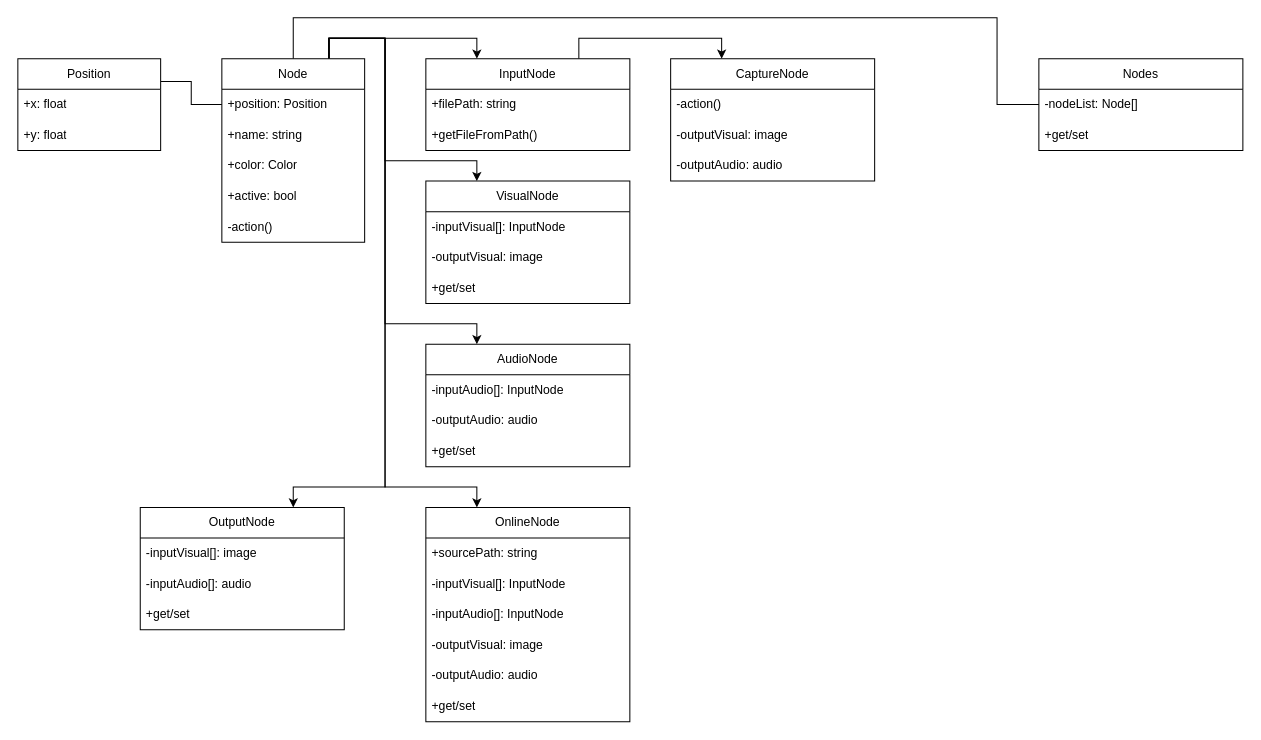
Above: Diagrams/Node - Class Diagram.drawio in EthernalAsh/Node (draw.io), before the change. Source tidied: cells renumbered, new cells numbered last; positions are measured from the earlier drawing's top-left corner, leaving out a move shared by most shapes. Both pictures are drawn from the tidied source at 102%, with x=0, y=0 at pixel (17, 17).
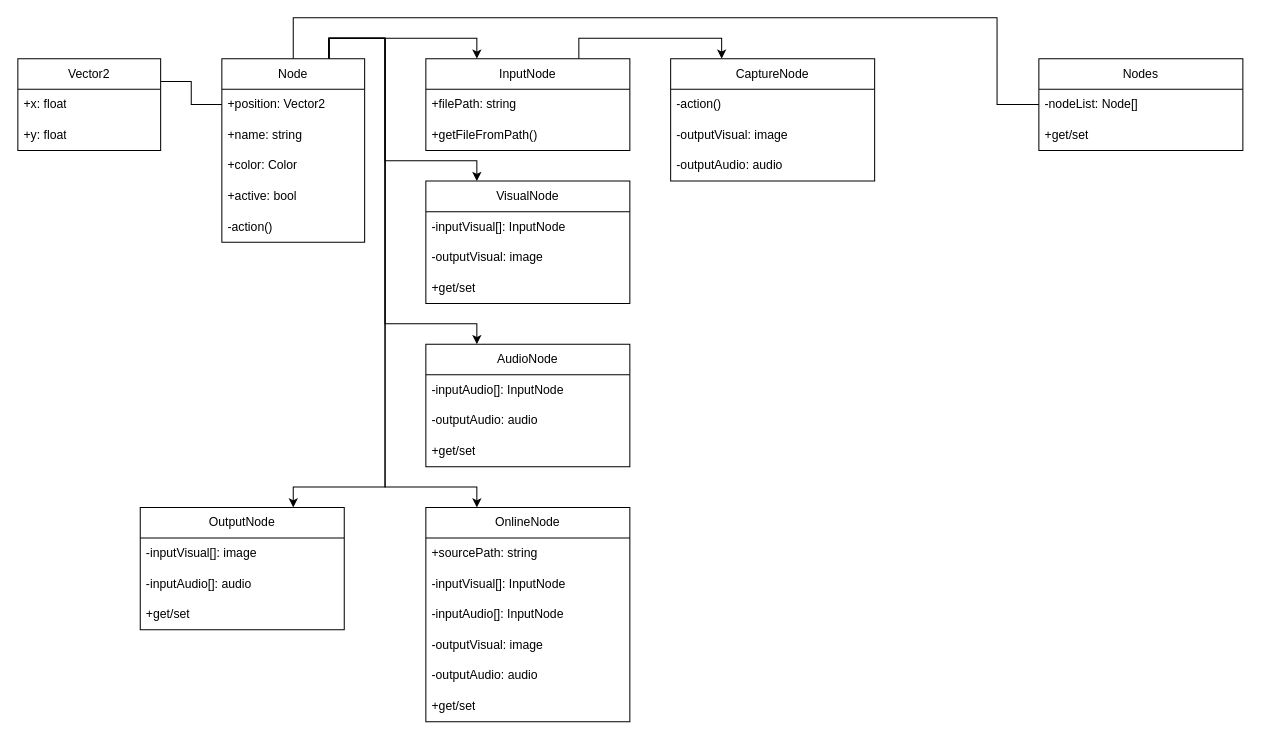
Above is the later version.

The change refers to these unchanged cells:
```xml
<mxCell id="12" value="Node" style="swimlane;fontStyle=0;horizontal=1;startSize=30;whiteSpace=wrap;html=1;" parent="1" vertex="1">
  <mxGeometry x="200" y="40" width="140" height="180" as="geometry" />
</mxCell>
```

Diff of the diagram source:
```diff
@@
-    <mxCell id="3" value="Position" style="swimlane;fontStyle=0;horizontal=1;startSize=30;whiteSpace=wrap;html=1;" parent="1" vertex="1">
+    <mxCell id="3" value="Vector2" style="swimlane;fontStyle=0;horizontal=1;startSize=30;whiteSpace=wrap;html=1;" parent="1" vertex="1">
       <mxGeometry y="40" width="140" height="90" as="geometry" />
     </mxCell>
@@
-    <mxCell id="13" value="+position: Position" style="text;strokeColor=none;fillColor=none;align=left;verticalAlign=middle;spacingLeft=4;spacingRight=4;overflow=hidden;points=[[0,0.5],[1,0.5]];portConstraint=eastwest;whiteSpace=wrap;html=1;" parent="12" vertex="1">
+    <mxCell id="13" value="+position: Vector2" style="text;strokeColor=none;fillColor=none;align=left;verticalAlign=middle;spacingLeft=4;spacingRight=4;overflow=hidden;points=[[0,0.5],[1,0.5]];portConstraint=eastwest;whiteSpace=wrap;html=1;" parent="12" vertex="1">
       <mxGeometry y="30" width="140" height="30" as="geometry" />
     </mxCell>
```
